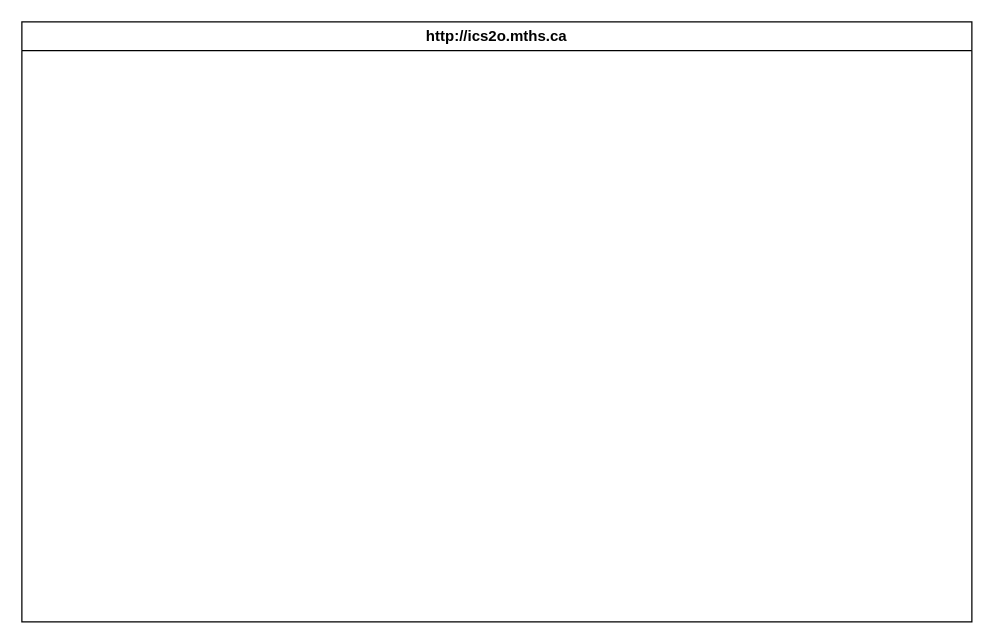
This is design/storyboard.drawio from MTHS-ICS2O-2-2022/ics2o---unit-5-05-Yuri-Gabutero24, a draw.io file, before an edit. Source tidied: cells renumbered, new cells numbered last; positions are measured from the earlier drawing's top-left corner, leaving out a move shared by most shapes. Both pictures are drawn from the tidied source at 125%, with x=0, y=0 at pixel (21, 21).
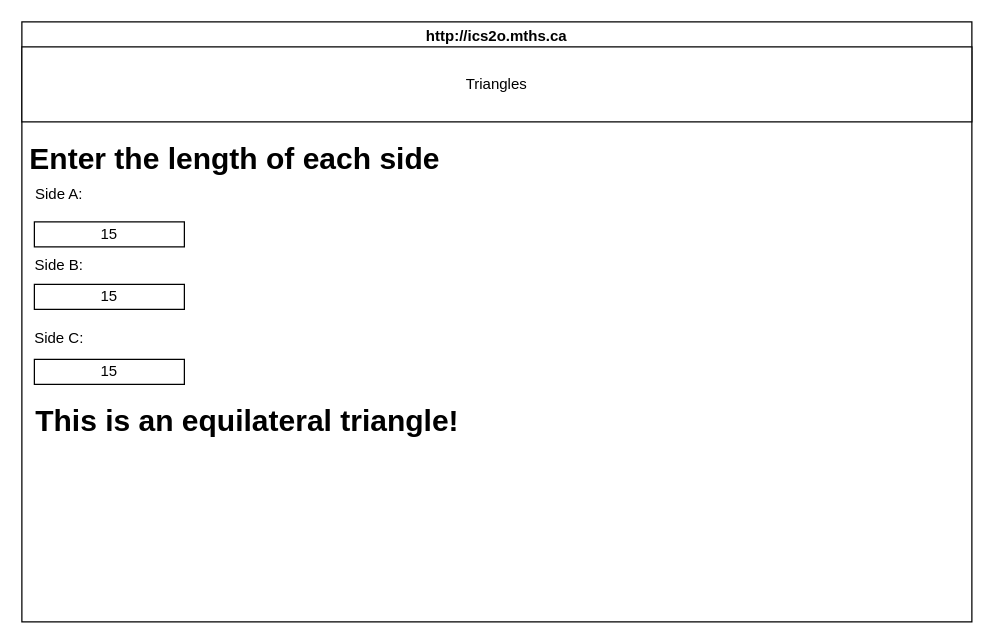
Above is the later version.

What changed in the source:
```diff
@@
 <mxGraphModel>
   <root>
     <mxCell id="0" />
     <mxCell id="1" parent="0" />
     <mxCell id="2" value="http://ics2o.mths.ca" style="swimlane;whiteSpace=wrap;html=1;" parent="1" vertex="1">
       <mxGeometry width="760" height="480" as="geometry" />
     </mxCell>
+    <mxCell id="3" value="Triangles" style="rounded=0;whiteSpace=wrap;html=1;" parent="2" vertex="1">
+      <mxGeometry y="20" width="760" height="60" as="geometry" />
+    </mxCell>
+    <mxCell id="4" value="Enter the length of each side" style="text;strokeColor=none;fillColor=none;html=1;fontSize=24;fontStyle=1;verticalAlign=middle;align=center;" parent="2" vertex="1">
+      <mxGeometry x="120" y="90" width="100" height="40" as="geometry" />
+    </mxCell>
+    <mxCell id="5" value="Side A:&lt;br&gt;&lt;br&gt;&lt;br&gt;&lt;br&gt;Side B:&lt;br&gt;&lt;br&gt;&lt;br&gt;&lt;br&gt;Side C:" style="text;html=1;strokeColor=none;fillColor=none;align=center;verticalAlign=middle;whiteSpace=wrap;rounded=0;" parent="2" vertex="1">
+      <mxGeometry y="180" width="60" height="30" as="geometry" />
+    </mxCell>
+    <mxCell id="6" value="15" style="rounded=0;whiteSpace=wrap;html=1;" parent="2" vertex="1">
+      <mxGeometry x="10" y="160" width="120" height="20" as="geometry" />
+    </mxCell>
+    <mxCell id="7" value="15" style="rounded=0;whiteSpace=wrap;html=1;" parent="2" vertex="1">
+      <mxGeometry x="10" y="210" width="120" height="20" as="geometry" />
+    </mxCell>
+    <mxCell id="8" value="15" style="rounded=0;whiteSpace=wrap;html=1;" parent="2" vertex="1">
+      <mxGeometry x="10" y="270" width="120" height="20" as="geometry" />
+    </mxCell>
+    <mxCell id="9" value="This is an equilateral triangle!" style="text;strokeColor=none;fillColor=none;html=1;fontSize=24;fontStyle=1;verticalAlign=middle;align=center;" parent="2" vertex="1">
+      <mxGeometry x="130" y="300" width="100" height="40" as="geometry" />
+    </mxCell>
   </root>
 </mxGraphModel>
```
